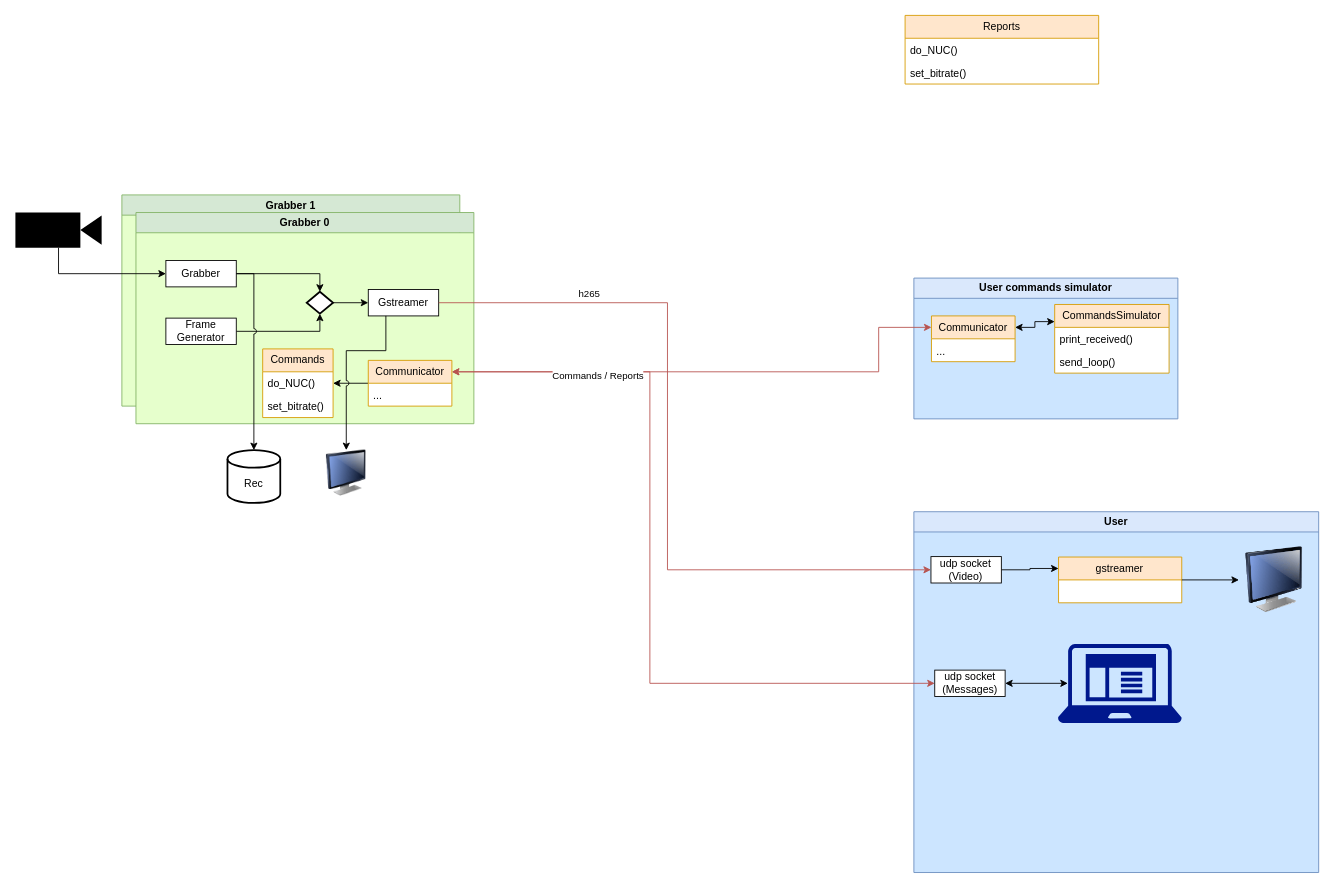
Above: page "Page-2" (2 of 2) of doc/diagram.drawio in serbuh/gige_capture (draw.io), before the change. Source tidied: cells renumbered, new cells numbered last; positions are measured from the earlier drawing's top-left corner, leaving out a move shared by most shapes. Both pictures are drawn from the tidied source at 88%, with x=0, y=0 at pixel (15, 15).
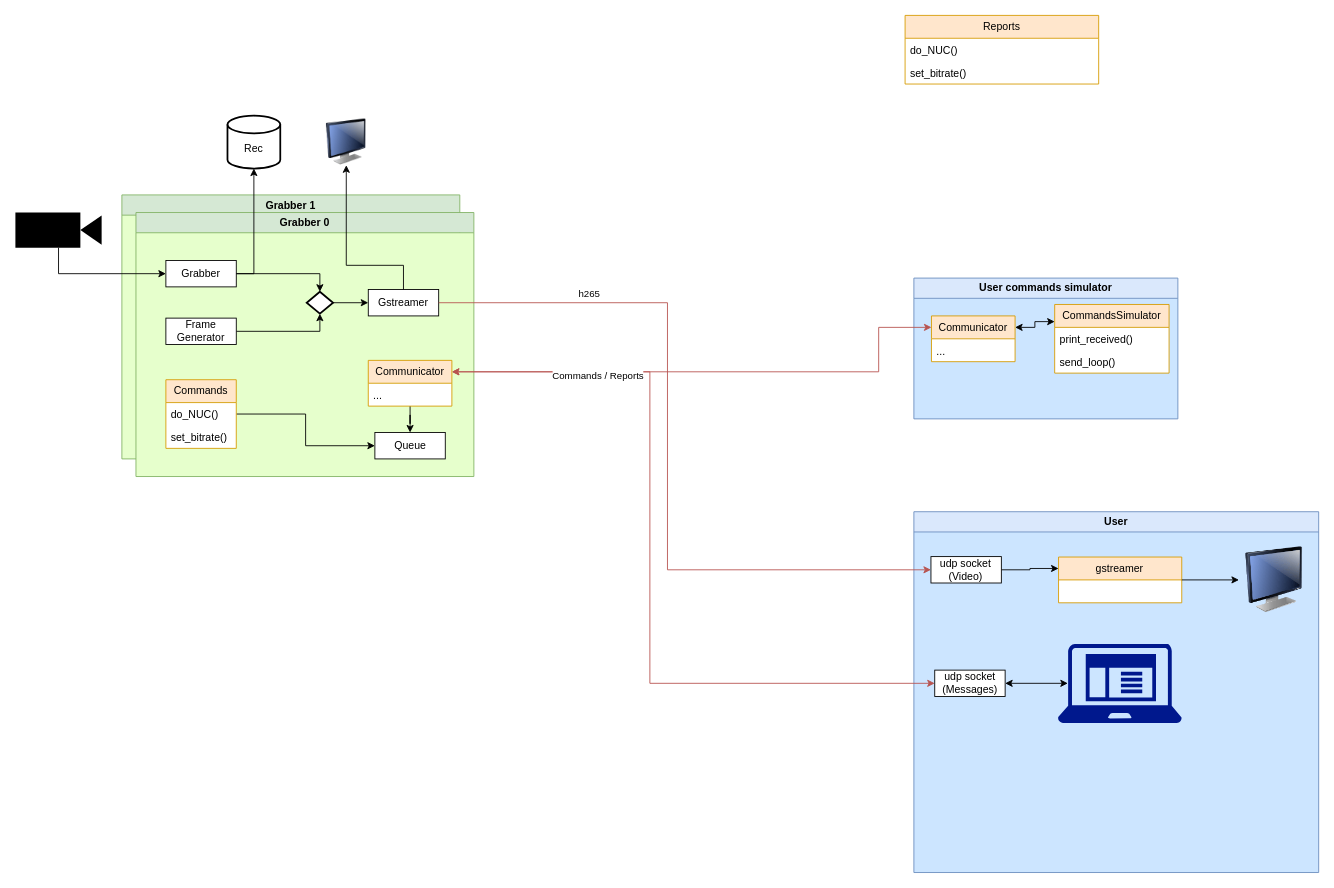
Above is the later version.

Commit message (it also covers changes not shown here):
update ports in config; add messages handler thread in grabber; update diagram

Unchanged cells that the change refers to:
```xml
<mxCell id="8" value="Grabber" style="rounded=0;whiteSpace=wrap;html=1;" parent="3" vertex="1">
  <mxGeometry x="34" y="54.5" width="80" height="30" as="geometry" />
</mxCell>
<mxCell id="10" value="Gstreamer" style="rounded=0;whiteSpace=wrap;html=1;" parent="3" vertex="1">
  <mxGeometry x="264" y="87.5" width="80" height="30" as="geometry" />
</mxCell>
<mxCell id="12" value="Communicator" style="swimlane;fontStyle=0;horizontal=1;startSize=26;fillColor=#ffe6cc;whiteSpace=wrap;html=1;strokeColor=#d79b00;swimlaneFillColor=default;" parent="3" vertex="1">
  <mxGeometry x="264" y="168" width="95" height="52" as="geometry" />
</mxCell>
<mxCell id="15" value="do_NUC()" style="text;strokeColor=none;fillColor=none;align=left;verticalAlign=top;spacingLeft=4;spacingRight=4;overflow=hidden;points=[[0,0.5],[1,0.5]];portConstraint=eastwest;whiteSpace=wrap;html=1;" parent="14" vertex="1">
  <mxGeometry y="26" width="80" height="26" as="geometry" />
</mxCell>
```

Diff of the diagram source:
```diff
@@
     <mxCell id="2" value="Grabber 1" style="swimlane;whiteSpace=wrap;html=1;comic=0;noLabel=0;swimlaneFillColor=#E6FFCC;fillColor=#d5e8d4;strokeColor=#82b366;shadow=0;enumerate=0;glass=0;" parent="1" vertex="1">
-      <mxGeometry x="121" y="204" width="384" height="240" as="geometry" />
+      <mxGeometry x="121" y="204" width="384" height="300" as="geometry" />
     </mxCell>
     <mxCell id="3" value="Grabber 0" style="swimlane;whiteSpace=wrap;html=1;comic=0;noLabel=0;swimlaneFillColor=#E6FFCC;fillColor=#d5e8d4;strokeColor=#82b366;shadow=0;enumerate=0;glass=0;" parent="1" vertex="1">
-      <mxGeometry x="137" y="224" width="384" height="240" as="geometry" />
+      <mxGeometry x="137" y="224" width="384" height="300" as="geometry" />
     </mxCell>
@@
-    <mxCell id="11" style="edgeStyle=orthogonalEdgeStyle;rounded=0;jettySize=auto;html=1;entryX=1;entryY=0.5;entryDx=0;entryDy=0;" parent="3" edge="1" source="12" target="15">
+    <mxCell id="11" style="edgeStyle=orthogonalEdgeStyle;rounded=0;jettySize=auto;html=1;entryX=0.5;entryY=0;entryDx=0;entryDy=0;" parent="3" edge="1" source="12" target="48">
       <mxGeometry relative="1" as="geometry" />
     </mxCell>
@@
+    <mxCell id="47" style="edgeStyle=orthogonalEdgeStyle;rounded=0;jettySize=auto;html=1;entryX=0;entryY=0.5;entryDx=0;entryDy=0;" parent="3" edge="1" source="14" target="48">
+      <mxGeometry relative="1" as="geometry" />
+    </mxCell>
     <mxCell id="14" value="Commands" style="swimlane;fontStyle=0;horizontal=1;startSize=26;fillColor=#ffe6cc;whiteSpace=wrap;html=1;strokeColor=#d79b00;swimlaneFillColor=default;" parent="3" vertex="1">
-      <mxGeometry x="144" y="155" width="80" height="78" as="geometry" />
+      <mxGeometry x="34" y="190" width="80" height="78" as="geometry" />
     </mxCell>
@@
+    <mxCell id="48" value="Queue" style="rounded=0;whiteSpace=wrap;html=1;" parent="3" vertex="1">
+      <mxGeometry x="271.5" y="250" width="80" height="30" as="geometry" />
+    </mxCell>
@@
     <mxCell id="28" style="image;html=1;image=img/lib/clip_art/computers/Monitor_128x128.png;" parent="1" vertex="1">
-      <mxGeometry x="341" y="494" width="70" height="52.5" as="geometry" />
+      <mxGeometry x="341" y="117.8" width="70" height="52.5" as="geometry" />
     </mxCell>
     <mxCell id="29" value="&lt;br&gt;Rec" style="strokeWidth=2;html=1;shape=mxgraph.flowchart.database;whiteSpace=wrap;" parent="1" vertex="1">
-      <mxGeometry x="241" y="494" width="60" height="60" as="geometry" />
+      <mxGeometry x="241" y="114" width="60" height="60" as="geometry" />
     </mxCell>
-    <mxCell id="30" style="edgeStyle=orthogonalEdgeStyle;rounded=0;jettySize=auto;html=1;exitX=0.25;exitY=1;exitDx=0;exitDy=0;entryX=0.5;entryY=0;entryDx=0;entryDy=0;jumpStyle=arc;" parent="1" edge="1" source="10" target="28">
+    <mxCell id="30" style="edgeStyle=orthogonalEdgeStyle;rounded=0;jettySize=auto;html=1;exitX=0.5;exitY=0;exitDx=0;exitDy=0;jumpStyle=arc;entryX=0.5;entryY=1;entryDx=0;entryDy=0;" parent="1" edge="1" source="10" target="28">
       <mxGeometry relative="1" as="geometry">
         <Array as="points">
-          <mxPoint x="421" y="381" />
-          <mxPoint x="376" y="381" />
+          <mxPoint x="441" y="284" />
+          <mxPoint x="376" y="284" />
         </Array>
       </mxGeometry>
     </mxCell>
@@
-    <mxCell id="46" style="edgeStyle=orthogonalEdgeStyle;rounded=0;jettySize=auto;html=1;exitX=1;exitY=0.5;exitDx=0;exitDy=0;jumpStyle=arc;entryX=0.5;entryY=0;entryDx=0;entryDy=0;entryPerimeter=0;" parent="1" edge="1" source="8" target="29">
+    <mxCell id="46" style="edgeStyle=orthogonalEdgeStyle;rounded=0;jettySize=auto;html=1;exitX=1;exitY=0.5;exitDx=0;exitDy=0;jumpStyle=arc;entryX=0.5;entryY=1;entryDx=0;entryDy=0;entryPerimeter=0;" parent="1" edge="1" source="8" target="29">
       <mxGeometry relative="1" as="geometry">
         <Array as="points">
           <mxPoint x="271" y="294" />
         </Array>
       </mxGeometry>
     </mxCell>
```
